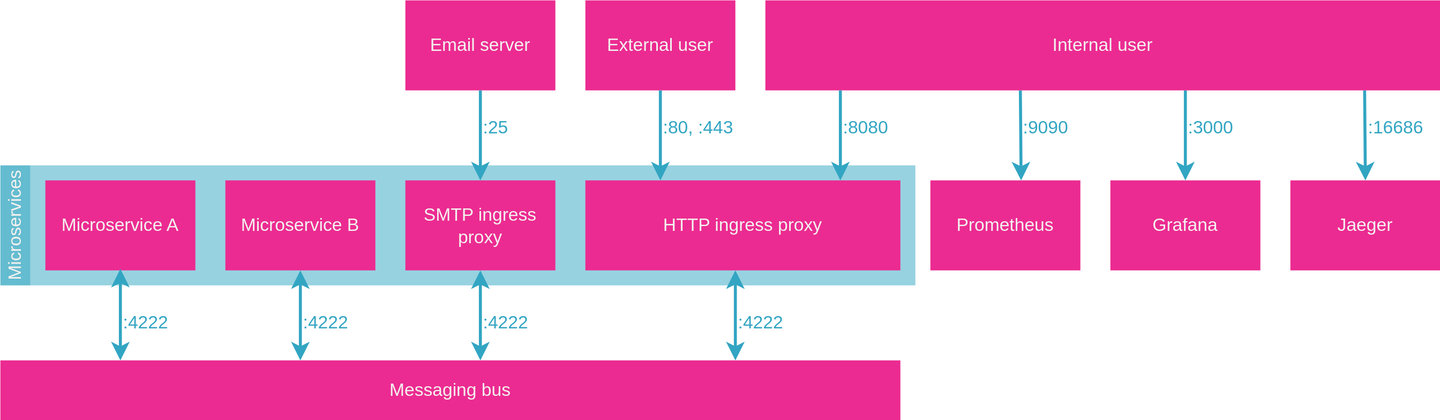
This is docs/tech/ports-1.drawio.svg from bhardwajRahul/fabric, a draw.io export, as it was before one commit. Source tidied: cells renumbered, new cells last; positions are measured from the earlier drawing's top-left corner, leaving out a move shared by most shapes. Source of this version:
```xml
<mxGraphModel>
  <root>
    <mxCell id="0" />
    <mxCell id="1" parent="0" />
    <mxCell id="2" style="rounded=0;whiteSpace=wrap;html=1;dashed=1;fillColor=#31a6c1;opacity=50;strokeColor=none;align=center;verticalAlign=middle;fontFamily=Helvetica;fontSize=12;fontColor=#F4F2EF;" parent="1" vertex="1">
      <mxGeometry x="20" y="110" width="590" height="80" as="geometry" />
    </mxCell>
    <mxCell id="3" value="Microservices" style="rounded=0;whiteSpace=wrap;html=1;horizontal=0;strokeColor=none;fillColor=#31a6c1;opacity=75;shadow=0;fontColor=#F4F2EF;" parent="1" vertex="1">
      <mxGeometry y="110" width="20" height="80" as="geometry" />
    </mxCell>
    <mxCell id="4" value="Microservice A" style="rounded=0;whiteSpace=wrap;html=1;fontColor=#F4F2EF;strokeColor=none;fillColor=#EB2B91;align=center;verticalAlign=middle;fontFamily=Helvetica;fontSize=12;" parent="1" vertex="1">
      <mxGeometry x="30" y="120" width="100" height="60" as="geometry" />
    </mxCell>
    <mxCell id="5" value="Microservice B" style="rounded=0;whiteSpace=wrap;html=1;fontColor=#F4F2EF;strokeColor=none;fillColor=#EB2B91;align=center;verticalAlign=middle;fontFamily=Helvetica;fontSize=12;" parent="1" vertex="1">
      <mxGeometry x="150" y="120" width="100" height="60" as="geometry" />
    </mxCell>
    <mxCell id="6" value="HTTP ingress proxy" style="rounded=0;whiteSpace=wrap;html=1;fontColor=#F4F2EF;strokeColor=none;fillColor=#EB2B91;align=center;verticalAlign=middle;fontFamily=Helvetica;fontSize=12;" parent="1" vertex="1">
      <mxGeometry x="390" y="120" width="210" height="60" as="geometry" />
    </mxCell>
    <mxCell id="7" value="External user" style="rounded=0;whiteSpace=wrap;html=1;fontColor=#F4F2EF;strokeColor=none;fillColor=#EB2B91;align=center;verticalAlign=middle;fontFamily=Helvetica;fontSize=12;" parent="1" vertex="1">
      <mxGeometry x="390" width="100" height="60" as="geometry" />
    </mxCell>
    <mxCell id="8" style="endArrow=classic;html=1;rounded=0;strokeWidth=2;strokeColor=#32A5C2;exitX=0.5;exitY=1;exitDx=0;exitDy=0;" parent="1" edge="1" source="7">
      <mxGeometry relative="1" as="geometry">
        <mxPoint x="440" y="120" as="targetPoint" />
      </mxGeometry>
    </mxCell>
    <mxCell id="9" value="Messaging bus" style="rounded=0;whiteSpace=wrap;html=1;fontColor=#F4F2EF;strokeColor=none;fillColor=#EB2B91;align=center;verticalAlign=middle;fontFamily=Helvetica;fontSize=12;" parent="1" vertex="1">
      <mxGeometry y="240" width="600" height="40" as="geometry" />
    </mxCell>
    <mxCell id="10" style="endArrow=classic;html=1;rounded=0;strokeWidth=2;strokeColor=#32A5C2;startArrow=classic;startFill=1;" parent="1" edge="1">
      <mxGeometry relative="1" as="geometry">
        <mxPoint x="200" y="180" as="sourcePoint" />
        <mxPoint x="200" y="240" as="targetPoint" />
      </mxGeometry>
    </mxCell>
    <mxCell id="11" style="endArrow=classic;html=1;rounded=0;strokeWidth=2;strokeColor=#32A5C2;startArrow=classic;startFill=1;" parent="1" edge="1">
      <mxGeometry relative="1" as="geometry">
        <mxPoint x="490" y="180" as="sourcePoint" />
        <mxPoint x="490" y="240" as="targetPoint" />
      </mxGeometry>
    </mxCell>
    <mxCell id="12" style="endArrow=classic;html=1;rounded=0;strokeWidth=2;strokeColor=#32A5C2;startArrow=classic;startFill=1;" parent="1" edge="1">
      <mxGeometry relative="1" as="geometry">
        <mxPoint x="80" y="179" as="sourcePoint" />
        <mxPoint x="80" y="240" as="targetPoint" />
      </mxGeometry>
    </mxCell>
    <mxCell id="13" value=":80, :443" style="text;html=1;align=left;verticalAlign=middle;whiteSpace=wrap;rounded=0;fontStyle=0;fontColor=#32A5C2;" parent="1" vertex="1">
      <mxGeometry x="440" y="70" width="60" height="30" as="geometry" />
    </mxCell>
    <mxCell id="14" value=":4222" style="text;html=1;align=left;verticalAlign=middle;whiteSpace=wrap;rounded=0;fontStyle=0;fontColor=#32A5C2;" parent="1" vertex="1">
      <mxGeometry x="80" y="200" width="40" height="30" as="geometry" />
    </mxCell>
    <mxCell id="15" value=":4222" style="text;html=1;align=left;verticalAlign=middle;whiteSpace=wrap;rounded=0;fontStyle=0;fontColor=#32A5C2;" parent="1" vertex="1">
      <mxGeometry x="200" y="200" width="40" height="30" as="geometry" />
    </mxCell>
    <mxCell id="16" value=":4222" style="text;html=1;align=left;verticalAlign=middle;whiteSpace=wrap;rounded=0;fontStyle=0;fontColor=#32A5C2;" parent="1" vertex="1">
      <mxGeometry x="490" y="200" width="40" height="30" as="geometry" />
    </mxCell>
    <mxCell id="17" value="Grafana" style="rounded=0;whiteSpace=wrap;html=1;fontColor=#F4F2EF;strokeColor=none;fillColor=#EB2B91;align=center;verticalAlign=middle;fontFamily=Helvetica;fontSize=12;" parent="1" vertex="1">
      <mxGeometry x="740" y="120" width="100" height="60" as="geometry" />
    </mxCell>
    <mxCell id="18" value="Jaeger" style="rounded=0;whiteSpace=wrap;html=1;fontColor=#F4F2EF;strokeColor=none;fillColor=#EB2B91;align=center;verticalAlign=middle;fontFamily=Helvetica;fontSize=12;" parent="1" vertex="1">
      <mxGeometry x="860" y="120" width="100" height="60" as="geometry" />
    </mxCell>
    <mxCell id="19" value="Prometheus" style="rounded=0;whiteSpace=wrap;html=1;fontColor=#F4F2EF;strokeColor=none;fillColor=#EB2B91;align=center;verticalAlign=middle;fontFamily=Helvetica;fontSize=12;" parent="1" vertex="1">
      <mxGeometry x="620" y="120" width="100" height="60" as="geometry" />
    </mxCell>
    <mxCell id="20" style="endArrow=classic;html=1;rounded=0;strokeWidth=2;strokeColor=#32A5C2;entryX=0.5;entryY=0;entryDx=0;entryDy=0;" parent="1" edge="1">
      <mxGeometry relative="1" as="geometry">
        <mxPoint x="680" y="60" as="sourcePoint" />
        <mxPoint x="680.5" y="120" as="targetPoint" />
      </mxGeometry>
    </mxCell>
    <mxCell id="21" style="endArrow=classic;html=1;rounded=0;strokeWidth=2;strokeColor=#32A5C2;entryX=0.5;entryY=0;entryDx=0;entryDy=0;" parent="1" edge="1">
      <mxGeometry relative="1" as="geometry">
        <mxPoint x="790" y="60" as="sourcePoint" />
        <mxPoint x="790" y="120" as="targetPoint" />
      </mxGeometry>
    </mxCell>
    <mxCell id="22" style="endArrow=classic;html=1;rounded=0;strokeWidth=2;strokeColor=#32A5C2;entryX=0.5;entryY=0;entryDx=0;entryDy=0;" parent="1" edge="1">
      <mxGeometry relative="1" as="geometry">
        <mxPoint x="909.5" y="60" as="sourcePoint" />
        <mxPoint x="910" y="120" as="targetPoint" />
      </mxGeometry>
    </mxCell>
    <mxCell id="23" value=":9090" style="text;html=1;align=left;verticalAlign=middle;whiteSpace=wrap;rounded=0;fontStyle=0;fontColor=#32A5C2;" parent="1" vertex="1">
      <mxGeometry x="680" y="70" width="40" height="30" as="geometry" />
    </mxCell>
    <mxCell id="24" value=":3000" style="text;html=1;align=left;verticalAlign=middle;whiteSpace=wrap;rounded=0;fontStyle=0;fontColor=#32A5C2;" parent="1" vertex="1">
      <mxGeometry x="790" y="70" width="40" height="30" as="geometry" />
    </mxCell>
    <mxCell id="25" value=":16686" style="text;html=1;align=left;verticalAlign=middle;whiteSpace=wrap;rounded=0;fontStyle=0;fontColor=#32A5C2;" parent="1" vertex="1">
      <mxGeometry x="910" y="70" width="40" height="30" as="geometry" />
    </mxCell>
    <mxCell id="26" value="SMTP ingress proxy" style="rounded=0;whiteSpace=wrap;html=1;fontColor=#F4F2EF;strokeColor=none;fillColor=#EB2B91;align=center;verticalAlign=middle;fontFamily=Helvetica;fontSize=12;" parent="1" vertex="1">
      <mxGeometry x="270" y="120" width="100" height="60" as="geometry" />
    </mxCell>
    <mxCell id="27" style="endArrow=classic;html=1;rounded=0;exitX=0.5;exitY=1;exitDx=0;exitDy=0;strokeWidth=2;strokeColor=#32A5C2;startArrow=classic;startFill=1;" parent="1" edge="1" source="26">
      <mxGeometry relative="1" as="geometry">
        <mxPoint x="320" y="240" as="targetPoint" />
      </mxGeometry>
    </mxCell>
    <mxCell id="28" value=":4222" style="text;html=1;align=left;verticalAlign=middle;whiteSpace=wrap;rounded=0;fontStyle=0;fontColor=#32A5C2;" parent="1" vertex="1">
      <mxGeometry x="320" y="200" width="40" height="30" as="geometry" />
    </mxCell>
    <mxCell id="29" value="Email server" style="rounded=0;whiteSpace=wrap;html=1;fontColor=#F4F2EF;strokeColor=none;fillColor=#EB2B91;align=center;verticalAlign=middle;fontFamily=Helvetica;fontSize=12;" parent="1" vertex="1">
      <mxGeometry x="270" width="100" height="60" as="geometry" />
    </mxCell>
    <mxCell id="30" style="endArrow=classic;html=1;rounded=0;strokeWidth=2;strokeColor=#32A5C2;exitX=0.5;exitY=1;exitDx=0;exitDy=0;" parent="1" edge="1" source="29">
      <mxGeometry relative="1" as="geometry">
        <mxPoint x="320" y="120" as="targetPoint" />
      </mxGeometry>
    </mxCell>
    <mxCell id="31" value=":25" style="text;html=1;align=left;verticalAlign=middle;whiteSpace=wrap;rounded=0;fontStyle=0;fontColor=#32A5C2;" parent="1" vertex="1">
      <mxGeometry x="320" y="70" width="40" height="30" as="geometry" />
    </mxCell>
    <mxCell id="32" value="Internal user" style="rounded=0;whiteSpace=wrap;html=1;fontColor=#F4F2EF;strokeColor=none;fillColor=#EB2B91;align=center;verticalAlign=middle;fontFamily=Helvetica;fontSize=12;" parent="1" vertex="1">
      <mxGeometry x="510" width="450" height="60" as="geometry" />
    </mxCell>
    <mxCell id="33" style="endArrow=classic;html=1;rounded=0;strokeWidth=2;strokeColor=#32A5C2;exitX=0.5;exitY=1;exitDx=0;exitDy=0;" parent="1" edge="1">
      <mxGeometry relative="1" as="geometry">
        <mxPoint x="560" y="60" as="sourcePoint" />
        <mxPoint x="560" y="120" as="targetPoint" />
      </mxGeometry>
    </mxCell>
    <mxCell id="34" value=":8080" style="text;html=1;align=left;verticalAlign=middle;whiteSpace=wrap;rounded=0;fontStyle=0;fontColor=#32A5C2;" parent="1" vertex="1">
      <mxGeometry x="560" y="70" width="60" height="30" as="geometry" />
    </mxCell>
  </root>
</mxGraphModel>
```
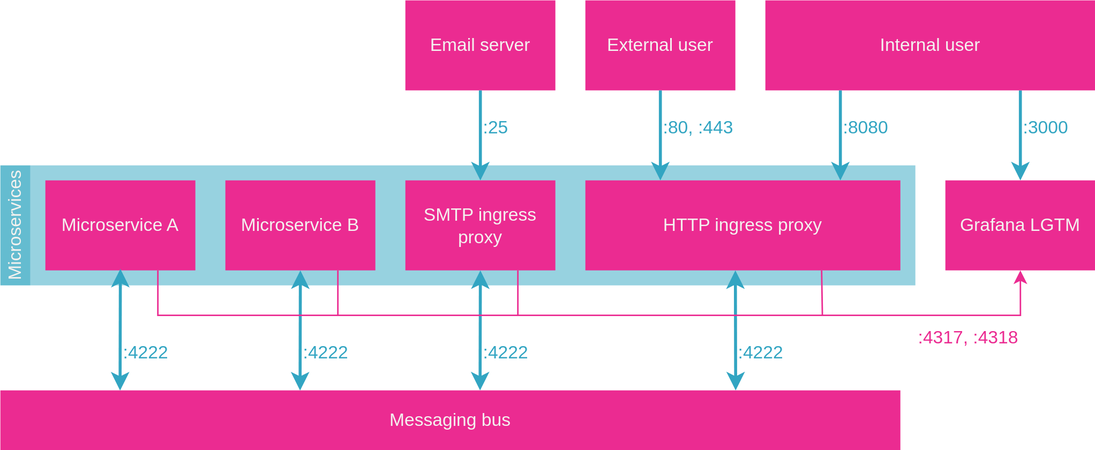
After the commit.

What changed in the source:
```diff
@@ -26,84 +26,55 @@
       </mxGeometry>
     </mxCell>
     <mxCell id="9" value="Messaging bus" style="rounded=0;whiteSpace=wrap;html=1;fontColor=#F4F2EF;strokeColor=none;fillColor=#EB2B91;align=center;verticalAlign=middle;fontFamily=Helvetica;fontSize=12;" parent="1" vertex="1">
-      <mxGeometry y="240" width="600" height="40" as="geometry" />
+      <mxGeometry y="260" width="600" height="40" as="geometry" />
     </mxCell>
-    <mxCell id="10" style="endArrow=classic;html=1;rounded=0;strokeWidth=2;strokeColor=#32A5C2;startArrow=classic;startFill=1;" parent="1" edge="1">
+    <mxCell id="10" style="endArrow=classic;html=1;rounded=0;strokeWidth=2;strokeColor=#32A5C2;startArrow=classic;startFill=1;entryX=0.333;entryY=0.002;entryDx=0;entryDy=0;entryPerimeter=0;" parent="1" edge="1" target="9">
       <mxGeometry relative="1" as="geometry">
         <mxPoint x="200" y="180" as="sourcePoint" />
-        <mxPoint x="200" y="240" as="targetPoint" />
       </mxGeometry>
     </mxCell>
-    <mxCell id="11" style="endArrow=classic;html=1;rounded=0;strokeWidth=2;strokeColor=#32A5C2;startArrow=classic;startFill=1;" parent="1" edge="1">
+    <mxCell id="11" style="endArrow=classic;html=1;rounded=0;strokeWidth=2;strokeColor=#32A5C2;startArrow=classic;startFill=1;entryX=0.817;entryY=0;entryDx=0;entryDy=0;entryPerimeter=0;" parent="1" edge="1" target="9">
       <mxGeometry relative="1" as="geometry">
         <mxPoint x="490" y="180" as="sourcePoint" />
-        <mxPoint x="490" y="240" as="targetPoint" />
       </mxGeometry>
     </mxCell>
-    <mxCell id="12" style="endArrow=classic;html=1;rounded=0;strokeWidth=2;strokeColor=#32A5C2;startArrow=classic;startFill=1;" parent="1" edge="1">
+    <mxCell id="12" style="endArrow=classic;html=1;rounded=0;strokeWidth=2;strokeColor=#32A5C2;startArrow=classic;startFill=1;entryX=0.133;entryY=0.002;entryDx=0;entryDy=0;entryPerimeter=0;" parent="1" edge="1" target="9">
       <mxGeometry relative="1" as="geometry">
         <mxPoint x="80" y="179" as="sourcePoint" />
-        <mxPoint x="80" y="240" as="targetPoint" />
       </mxGeometry>
     </mxCell>
     <mxCell id="13" value=":80, :443" style="text;html=1;align=left;verticalAlign=middle;whiteSpace=wrap;rounded=0;fontStyle=0;fontColor=#32A5C2;" parent="1" vertex="1">
       <mxGeometry x="440" y="70" width="60" height="30" as="geometry" />
     </mxCell>
     <mxCell id="14" value=":4222" style="text;html=1;align=left;verticalAlign=middle;whiteSpace=wrap;rounded=0;fontStyle=0;fontColor=#32A5C2;" parent="1" vertex="1">
-      <mxGeometry x="80" y="200" width="40" height="30" as="geometry" />
+      <mxGeometry x="80" y="220" width="40" height="30" as="geometry" />
     </mxCell>
     <mxCell id="15" value=":4222" style="text;html=1;align=left;verticalAlign=middle;whiteSpace=wrap;rounded=0;fontStyle=0;fontColor=#32A5C2;" parent="1" vertex="1">
-      <mxGeometry x="200" y="200" width="40" height="30" as="geometry" />
+      <mxGeometry x="200" y="220" width="40" height="30" as="geometry" />
     </mxCell>
     <mxCell id="16" value=":4222" style="text;html=1;align=left;verticalAlign=middle;whiteSpace=wrap;rounded=0;fontStyle=0;fontColor=#32A5C2;" parent="1" vertex="1">
-      <mxGeometry x="490" y="200" width="40" height="30" as="geometry" />
+      <mxGeometry x="490" y="220" width="40" height="30" as="geometry" />
     </mxCell>
-    <mxCell id="17" value="Grafana" style="rounded=0;whiteSpace=wrap;html=1;fontColor=#F4F2EF;strokeColor=none;fillColor=#EB2B91;align=center;verticalAlign=middle;fontFamily=Helvetica;fontSize=12;" parent="1" vertex="1">
-      <mxGeometry x="740" y="120" width="100" height="60" as="geometry" />
+    <mxCell id="17" value="Grafana LGTM" style="rounded=0;whiteSpace=wrap;html=1;fontColor=#F4F2EF;strokeColor=none;fillColor=#EB2B91;align=center;verticalAlign=middle;fontFamily=Helvetica;fontSize=12;" parent="1" vertex="1">
+      <mxGeometry x="630" y="120" width="100" height="60" as="geometry" />
     </mxCell>
-    <mxCell id="18" value="Jaeger" style="rounded=0;whiteSpace=wrap;html=1;fontColor=#F4F2EF;strokeColor=none;fillColor=#EB2B91;align=center;verticalAlign=middle;fontFamily=Helvetica;fontSize=12;" parent="1" vertex="1">
-      <mxGeometry x="860" y="120" width="100" height="60" as="geometry" />
-    </mxCell>
-    <mxCell id="19" value="Prometheus" style="rounded=0;whiteSpace=wrap;html=1;fontColor=#F4F2EF;strokeColor=none;fillColor=#EB2B91;align=center;verticalAlign=middle;fontFamily=Helvetica;fontSize=12;" parent="1" vertex="1">
-      <mxGeometry x="620" y="120" width="100" height="60" as="geometry" />
-    </mxCell>
-    <mxCell id="20" style="endArrow=classic;html=1;rounded=0;strokeWidth=2;strokeColor=#32A5C2;entryX=0.5;entryY=0;entryDx=0;entryDy=0;" parent="1" edge="1">
-      <mxGeometry relative="1" as="geometry">
-        <mxPoint x="680" y="60" as="sourcePoint" />
-        <mxPoint x="680.5" y="120" as="targetPoint" />
-      </mxGeometry>
-    </mxCell>
     <mxCell id="21" style="endArrow=classic;html=1;rounded=0;strokeWidth=2;strokeColor=#32A5C2;entryX=0.5;entryY=0;entryDx=0;entryDy=0;" parent="1" edge="1">
       <mxGeometry relative="1" as="geometry">
-        <mxPoint x="790" y="60" as="sourcePoint" />
-        <mxPoint x="790" y="120" as="targetPoint" />
+        <mxPoint x="680" y="60" as="sourcePoint" />
+        <mxPoint x="680" y="120" as="targetPoint" />
       </mxGeometry>
     </mxCell>
-    <mxCell id="22" style="endArrow=classic;html=1;rounded=0;strokeWidth=2;strokeColor=#32A5C2;entryX=0.5;entryY=0;entryDx=0;entryDy=0;" parent="1" edge="1">
-      <mxGeometry relative="1" as="geometry">
-        <mxPoint x="909.5" y="60" as="sourcePoint" />
-        <mxPoint x="910" y="120" as="targetPoint" />
-      </mxGeometry>
-    </mxCell>
-    <mxCell id="23" value=":9090" style="text;html=1;align=left;verticalAlign=middle;whiteSpace=wrap;rounded=0;fontStyle=0;fontColor=#32A5C2;" parent="1" vertex="1">
-      <mxGeometry x="680" y="70" width="40" height="30" as="geometry" />
-    </mxCell>
     <mxCell id="24" value=":3000" style="text;html=1;align=left;verticalAlign=middle;whiteSpace=wrap;rounded=0;fontStyle=0;fontColor=#32A5C2;" parent="1" vertex="1">
-      <mxGeometry x="790" y="70" width="40" height="30" as="geometry" />
+      <mxGeometry x="680" y="70" width="40" height="30" as="geometry" />
     </mxCell>
-    <mxCell id="25" value=":16686" style="text;html=1;align=left;verticalAlign=middle;whiteSpace=wrap;rounded=0;fontStyle=0;fontColor=#32A5C2;" parent="1" vertex="1">
-      <mxGeometry x="910" y="70" width="40" height="30" as="geometry" />
-    </mxCell>
     <mxCell id="26" value="SMTP ingress proxy" style="rounded=0;whiteSpace=wrap;html=1;fontColor=#F4F2EF;strokeColor=none;fillColor=#EB2B91;align=center;verticalAlign=middle;fontFamily=Helvetica;fontSize=12;" parent="1" vertex="1">
       <mxGeometry x="270" y="120" width="100" height="60" as="geometry" />
     </mxCell>
-    <mxCell id="27" style="endArrow=classic;html=1;rounded=0;exitX=0.5;exitY=1;exitDx=0;exitDy=0;strokeWidth=2;strokeColor=#32A5C2;startArrow=classic;startFill=1;" parent="1" edge="1" source="26">
-      <mxGeometry relative="1" as="geometry">
-        <mxPoint x="320" y="240" as="targetPoint" />
-      </mxGeometry>
+    <mxCell id="27" style="endArrow=classic;html=1;rounded=0;exitX=0.5;exitY=1;exitDx=0;exitDy=0;strokeWidth=2;strokeColor=#32A5C2;startArrow=classic;startFill=1;entryX=0.533;entryY=0;entryDx=0;entryDy=0;entryPerimeter=0;" parent="1" edge="1" source="26" target="9">
+      <mxGeometry relative="1" as="geometry" />
     </mxCell>
     <mxCell id="28" value=":4222" style="text;html=1;align=left;verticalAlign=middle;whiteSpace=wrap;rounded=0;fontStyle=0;fontColor=#32A5C2;" parent="1" vertex="1">
-      <mxGeometry x="320" y="200" width="40" height="30" as="geometry" />
+      <mxGeometry x="320" y="220" width="40" height="30" as="geometry" />
     </mxCell>
     <mxCell id="29" value="Email server" style="rounded=0;whiteSpace=wrap;html=1;fontColor=#F4F2EF;strokeColor=none;fillColor=#EB2B91;align=center;verticalAlign=middle;fontFamily=Helvetica;fontSize=12;" parent="1" vertex="1">
       <mxGeometry x="270" width="100" height="60" as="geometry" />
@@ -117,7 +88,7 @@
       <mxGeometry x="320" y="70" width="40" height="30" as="geometry" />
     </mxCell>
     <mxCell id="32" value="Internal user" style="rounded=0;whiteSpace=wrap;html=1;fontColor=#F4F2EF;strokeColor=none;fillColor=#EB2B91;align=center;verticalAlign=middle;fontFamily=Helvetica;fontSize=12;" parent="1" vertex="1">
-      <mxGeometry x="510" width="450" height="60" as="geometry" />
+      <mxGeometry x="510" width="220" height="60" as="geometry" />
     </mxCell>
     <mxCell id="33" style="endArrow=classic;html=1;rounded=0;strokeWidth=2;strokeColor=#32A5C2;exitX=0.5;exitY=1;exitDx=0;exitDy=0;" parent="1" edge="1">
       <mxGeometry relative="1" as="geometry">
@@ -128,5 +99,31 @@
     <mxCell id="34" value=":8080" style="text;html=1;align=left;verticalAlign=middle;whiteSpace=wrap;rounded=0;fontStyle=0;fontColor=#32A5C2;" parent="1" vertex="1">
       <mxGeometry x="560" y="70" width="60" height="30" as="geometry" />
     </mxCell>
+    <mxCell id="35" style="endArrow=classic;html=1;rounded=0;strokeWidth=1;strokeColor=#EB2B91;startArrow=none;startFill=0;exitX=0.75;exitY=1;exitDx=0;exitDy=0;entryX=0.5;entryY=1;entryDx=0;entryDy=0;edgeStyle=orthogonalEdgeStyle;" parent="1" edge="1" source="4" target="17">
+      <mxGeometry relative="1" as="geometry">
+        <Array as="points">
+          <mxPoint x="105" y="210" />
+          <mxPoint x="680" y="210" />
+        </Array>
+      </mxGeometry>
+    </mxCell>
+    <mxCell id="36" style="endArrow=none;html=1;rounded=0;entryX=0.75;entryY=1;entryDx=0;entryDy=0;strokeColor=#EB2B91;" parent="1" edge="1" target="5">
+      <mxGeometry relative="1" as="geometry">
+        <mxPoint x="225" y="210" as="sourcePoint" />
+      </mxGeometry>
+    </mxCell>
+    <mxCell id="37" style="endArrow=none;html=1;rounded=0;entryX=0.75;entryY=1;entryDx=0;entryDy=0;strokeColor=#EB2B91;" parent="1" edge="1" target="26">
+      <mxGeometry relative="1" as="geometry">
+        <mxPoint x="345" y="210" as="sourcePoint" />
+      </mxGeometry>
+    </mxCell>
+    <mxCell id="38" style="endArrow=none;html=1;rounded=0;entryX=0.75;entryY=1;entryDx=0;entryDy=0;strokeColor=#EB2B91;" parent="1" edge="1" target="6">
+      <mxGeometry relative="1" as="geometry">
+        <mxPoint x="548" y="210" as="sourcePoint" />
+      </mxGeometry>
+    </mxCell>
+    <mxCell id="39" value=":4317, :4318" style="text;html=1;align=left;verticalAlign=middle;whiteSpace=wrap;rounded=0;fontStyle=0;fontColor=#EB2B91;" parent="1" vertex="1">
+      <mxGeometry x="610" y="210" width="70" height="30" as="geometry" />
+    </mxCell>
   </root>
 </mxGraphModel>
```
